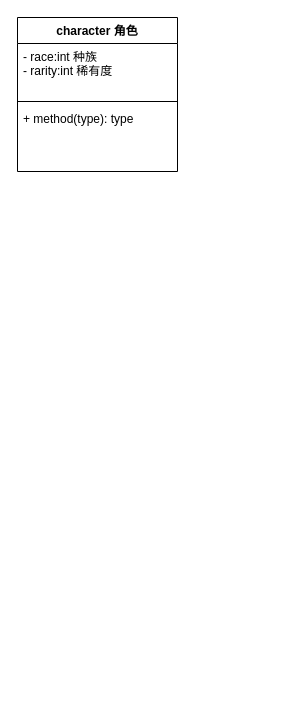
Above: Game01_class_general.drawio in tsinghud114/UML_Pic (draw.io), before the change. Source tidied: cells renumbered, new cells numbered last; positions are measured from the earlier drawing's top-left corner, leaving out a move shared by most shapes. Both pictures are drawn from the tidied source at 100%, with x=0, y=0 at pixel (17, 17).
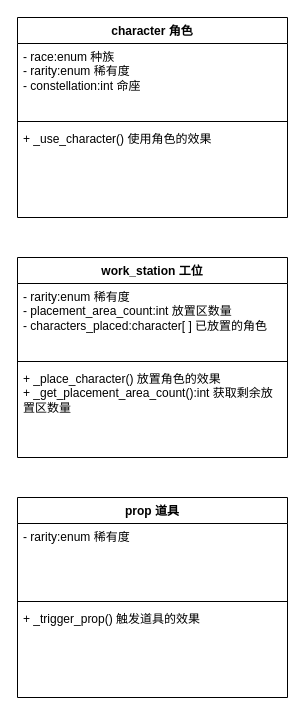
After the change.

Diff of the diagram source:
```diff
@@
 <mxGraphModel>
   <root>
     <mxCell id="0" />
     <mxCell id="1" parent="0" />
     <mxCell id="2" value="character 角色" style="swimlane;fontStyle=1;align=center;verticalAlign=top;horizontal=1;startSize=26;whiteSpace=wrap;html=1;" parent="1" vertex="1">
-      <mxGeometry width="160" height="154" as="geometry" />
+      <mxGeometry width="270" height="200" as="geometry" />
     </mxCell>
-    <mxCell id="3" value="- race:int 种族&lt;div&gt;- rarity:int 稀有度&lt;/div&gt;" style="text;strokeColor=none;fillColor=none;align=left;verticalAlign=top;spacingLeft=4;spacingRight=4;overflow=hidden;whiteSpace=wrap;html=1;" parent="2" vertex="1">
-      <mxGeometry y="26" width="160" height="54" as="geometry" />
+    <mxCell id="3" value="- race:enum 种族&lt;div&gt;- rarity:enum 稀有度&lt;/div&gt;&lt;div&gt;- constellation:int 命座&lt;/div&gt;" style="text;strokeColor=none;fillColor=none;align=left;verticalAlign=top;spacingLeft=4;spacingRight=4;overflow=hidden;whiteSpace=wrap;html=1;" parent="2" vertex="1">
+      <mxGeometry y="26" width="270" height="74" as="geometry" />
     </mxCell>
     <mxCell id="4" style="line;strokeWidth=1;fillColor=none;align=left;verticalAlign=middle;spacingTop=-1;spacingLeft=3;spacingRight=3;labelPosition=right;strokeColor=inherit;" parent="2" vertex="1">
-      <mxGeometry y="80" width="160" height="8" as="geometry" />
+      <mxGeometry y="100" width="270" height="8" as="geometry" />
     </mxCell>
-    <mxCell id="5" value="+ method(type): type" style="text;strokeColor=none;fillColor=none;align=left;verticalAlign=top;spacingLeft=4;spacingRight=4;overflow=hidden;whiteSpace=wrap;html=1;" parent="2" vertex="1">
-      <mxGeometry y="88" width="160" height="66" as="geometry" />
+    <mxCell id="5" value="+ _use_character() 使用角色的效果" style="text;strokeColor=none;fillColor=none;align=left;verticalAlign=top;spacingLeft=4;spacingRight=4;overflow=hidden;whiteSpace=wrap;html=1;" parent="2" vertex="1">
+      <mxGeometry y="108" width="270" height="92" as="geometry" />
     </mxCell>
+    <mxCell id="6" value="work_station 工位" style="swimlane;fontStyle=1;align=center;verticalAlign=top;horizontal=1;startSize=26;whiteSpace=wrap;html=1;" parent="1" vertex="1">
+      <mxGeometry y="240" width="270" height="200" as="geometry" />
+    </mxCell>
+    <mxCell id="7" value="&lt;div&gt;- rarity:enum 稀有度&lt;/div&gt;&lt;div&gt;- placement_area_count:int 放置区数量&lt;/div&gt;&lt;div&gt;- characters_placed:character[ ] 已放置的角色&lt;/div&gt;" style="text;strokeColor=none;fillColor=none;align=left;verticalAlign=top;spacingLeft=4;spacingRight=4;overflow=hidden;whiteSpace=wrap;html=1;" parent="6" vertex="1">
+      <mxGeometry y="26" width="270" height="74" as="geometry" />
+    </mxCell>
+    <mxCell id="8" style="line;strokeWidth=1;fillColor=none;align=left;verticalAlign=middle;spacingTop=-1;spacingLeft=3;spacingRight=3;labelPosition=right;strokeColor=inherit;" parent="6" vertex="1">
+      <mxGeometry y="100" width="270" height="8" as="geometry" />
+    </mxCell>
+    <mxCell id="9" value="+ _place_character() 放置角色的效果&lt;div&gt;+ _get_placement_area_count():int 获取剩余放置区数量&lt;/div&gt;" style="text;strokeColor=none;fillColor=none;align=left;verticalAlign=top;spacingLeft=4;spacingRight=4;overflow=hidden;whiteSpace=wrap;html=1;" parent="6" vertex="1">
+      <mxGeometry y="108" width="270" height="92" as="geometry" />
+    </mxCell>
+    <mxCell id="10" value="prop 道具" style="swimlane;fontStyle=1;align=center;verticalAlign=top;horizontal=1;startSize=26;whiteSpace=wrap;html=1;" parent="1" vertex="1">
+      <mxGeometry y="480" width="270" height="200" as="geometry" />
+    </mxCell>
+    <mxCell id="11" value="&lt;div&gt;- rarity:enum 稀有度&lt;/div&gt;&lt;div&gt;&lt;br&gt;&lt;/div&gt;" style="text;strokeColor=none;fillColor=none;align=left;verticalAlign=top;spacingLeft=4;spacingRight=4;overflow=hidden;whiteSpace=wrap;html=1;" parent="10" vertex="1">
+      <mxGeometry y="26" width="270" height="74" as="geometry" />
+    </mxCell>
+    <mxCell id="12" style="line;strokeWidth=1;fillColor=none;align=left;verticalAlign=middle;spacingTop=-1;spacingLeft=3;spacingRight=3;labelPosition=right;strokeColor=inherit;" parent="10" vertex="1">
+      <mxGeometry y="100" width="270" height="8" as="geometry" />
+    </mxCell>
+    <mxCell id="13" value="+ _trigger_prop() 触发道具的效果" style="text;strokeColor=none;fillColor=none;align=left;verticalAlign=top;spacingLeft=4;spacingRight=4;overflow=hidden;whiteSpace=wrap;html=1;" parent="10" vertex="1">
+      <mxGeometry y="108" width="270" height="92" as="geometry" />
+    </mxCell>
   </root>
 </mxGraphModel>
```
